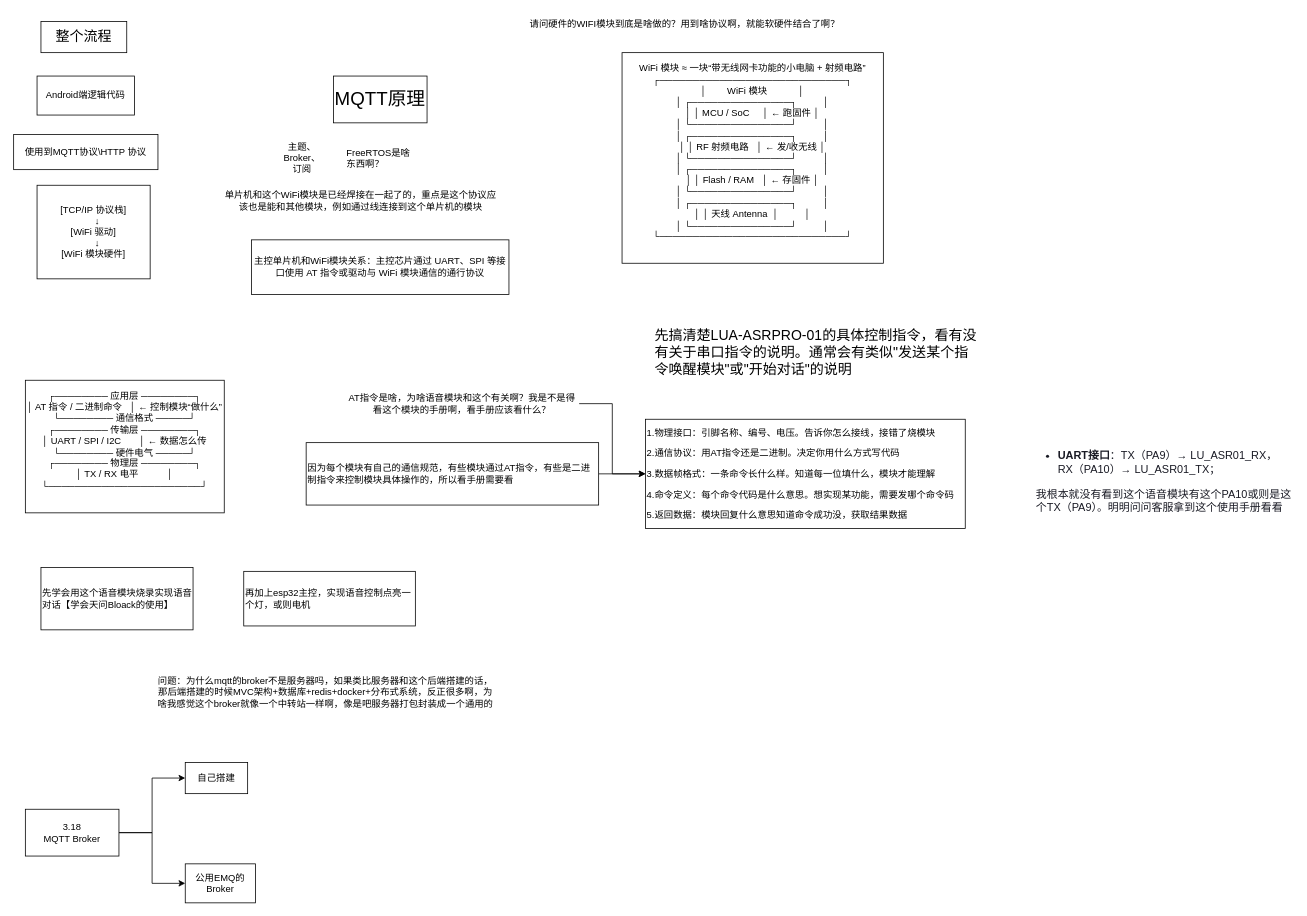
Before: mqtt原理+控制手机端实现发送语音对话请求.drawio in hhhhh15/drawio, a draw.io diagram. Source tidied: cells renumbered, new cells numbered last; positions are measured from the earlier drawing's top-left corner, leaving out a move shared by most shapes. Both pictures are drawn from the tidied source at 78%, with x=0, y=0 at pixel (13, 13).
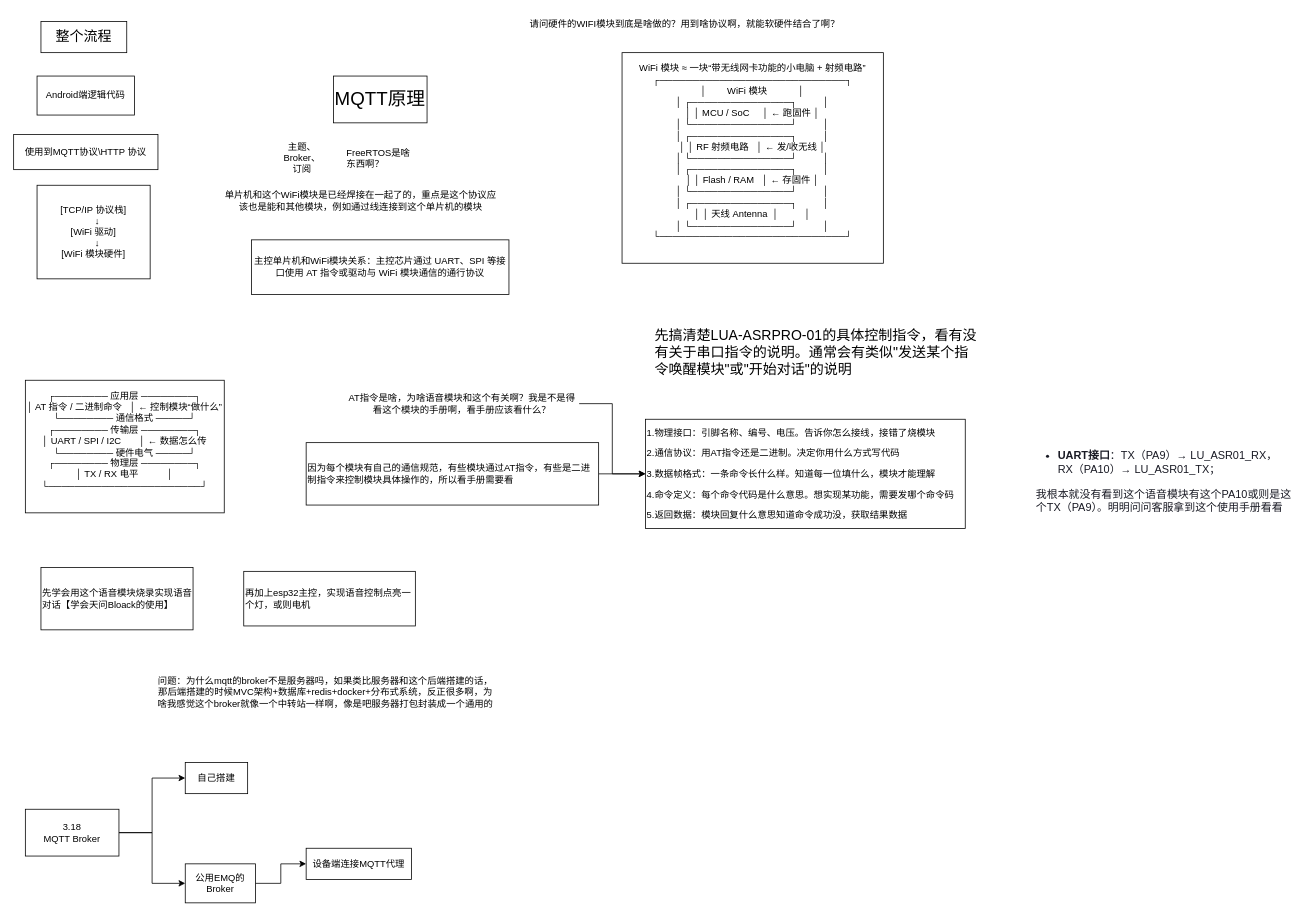
After the change.

Commit message:
更新mqtt原理+控制手机端实现发送语音对话请求.drawio

Unchanged cells that the change refers to:
```xml
<mxCell id="28" value="公用EMQ的Broker" style="whiteSpace=wrap;html=1;" parent="1" vertex="1">
  <mxGeometry x="220" y="1090" width="90" height="50" as="geometry" />
</mxCell>
```

Change to the diagram source:
```diff
@@
+    <mxCell id="29" style="edgeStyle=orthogonalEdgeStyle;rounded=0;jettySize=auto;html=1;" parent="1" edge="1" source="28" target="30">
+      <mxGeometry relative="1" as="geometry" />
+    </mxCell>
@@
+    <mxCell id="30" value="设备端连接MQTT代理" style="whiteSpace=wrap;html=1;" parent="1" vertex="1">
+      <mxGeometry x="375" y="1070" width="135" height="40" as="geometry" />
+    </mxCell>
```
